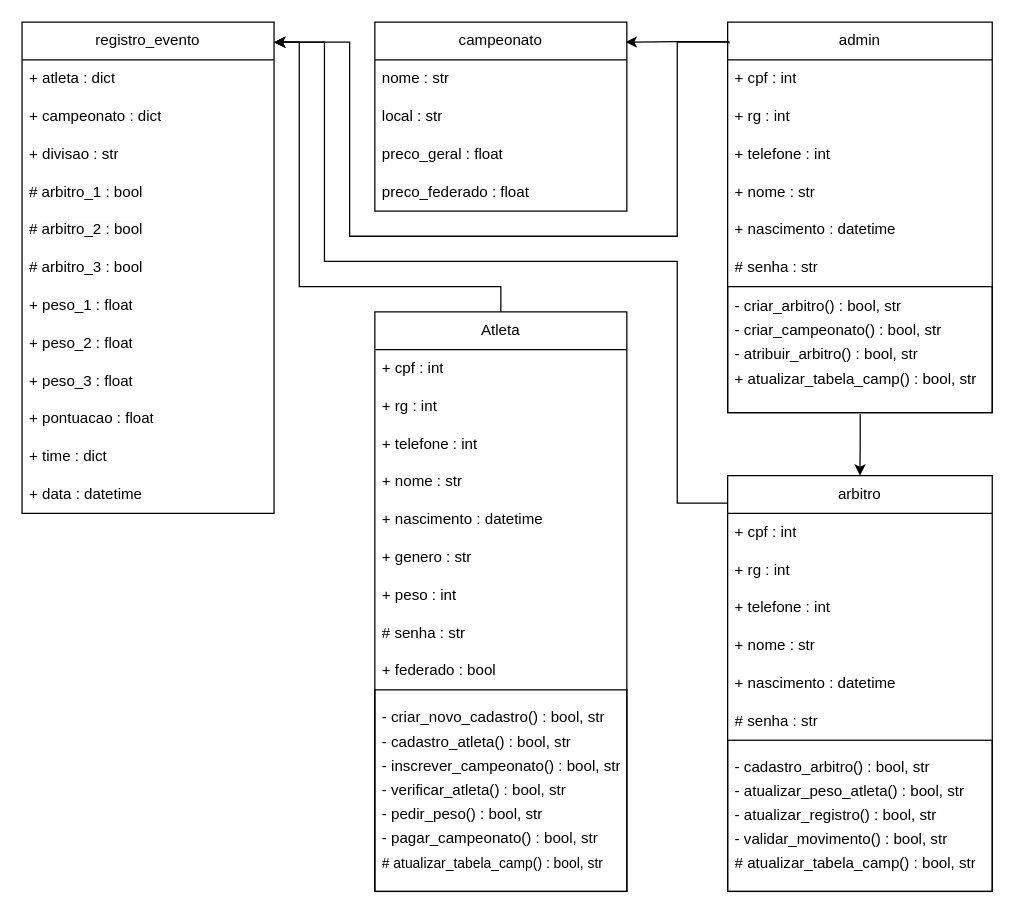
This is diagrama_de_classe.drawio from pedro11065/PMS, a draw.io file, before an edit. Source tidied: cells renumbered, new cells numbered last; positions are measured from the earlier drawing's top-left corner, leaving out a move shared by most shapes. Both pictures are drawn from the tidied source at 126%, with x=0, y=0 at pixel (21, 21).
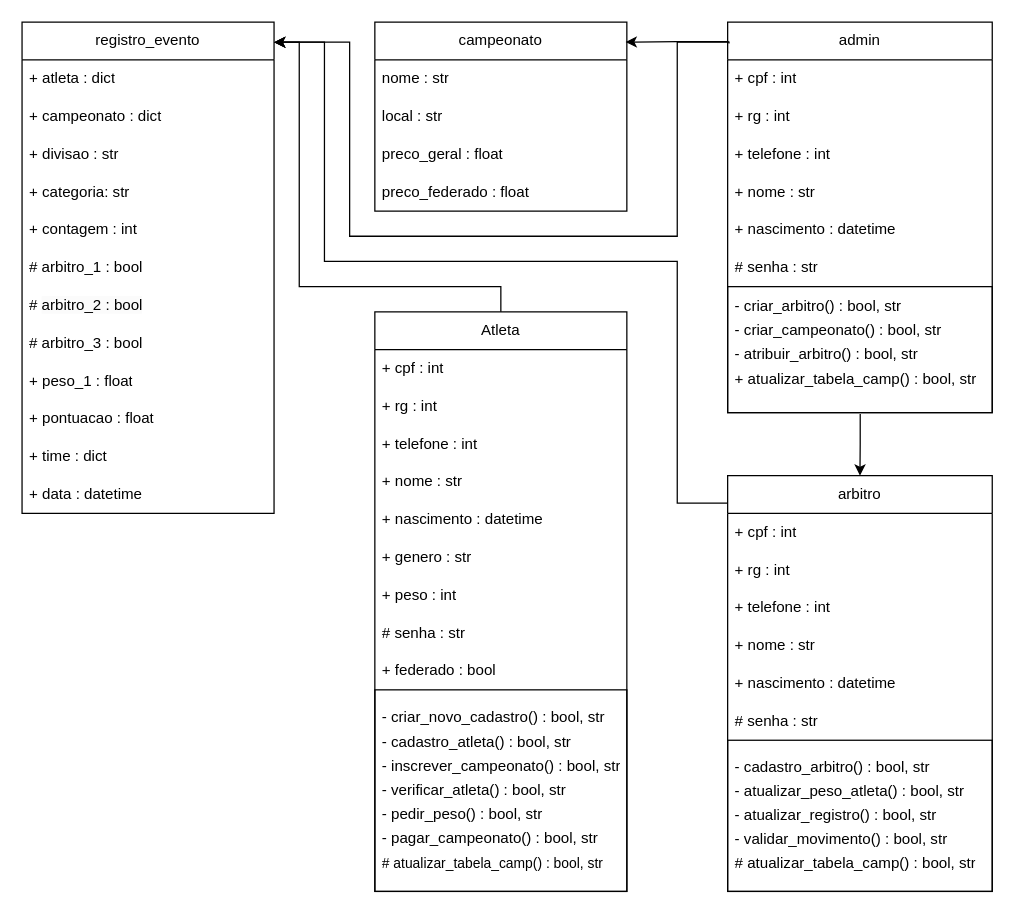
Above is the later version.

Unchanged cells that the change refers to:
```xml
<mxCell id="26" value="registro_evento" style="swimlane;fontStyle=0;horizontal=1;startSize=30;whiteSpace=wrap;html=1;" parent="1" vertex="1">
  <mxGeometry width="200" height="390" as="geometry" />
</mxCell>
```

What changed in the source:
```diff
@@
+    <mxCell id="35" value="+ categoria: str" style="text;strokeColor=none;fillColor=none;align=left;verticalAlign=middle;spacingLeft=4;spacingRight=4;overflow=hidden;whiteSpace=wrap;html=1;" parent="26" vertex="1">
+      <mxGeometry y="120" width="200" height="30" as="geometry" />
+    </mxCell>
+    <mxCell id="34" value="+ contagem : int" style="text;strokeColor=none;fillColor=none;align=left;verticalAlign=middle;spacingLeft=4;spacingRight=4;overflow=hidden;whiteSpace=wrap;html=1;" parent="26" vertex="1">
+      <mxGeometry y="150" width="200" height="30" as="geometry" />
+    </mxCell>
     <mxCell id="30" value="# arbitro_1 : bool" style="text;strokeColor=none;fillColor=none;align=left;verticalAlign=middle;spacingLeft=4;spacingRight=4;overflow=hidden;whiteSpace=wrap;html=1;" parent="26" vertex="1">
-      <mxGeometry y="120" width="200" height="30" as="geometry" />
+      <mxGeometry y="180" width="200" height="30" as="geometry" />
     </mxCell>
     <mxCell id="31" value="# &lt;span style=&quot;background-color: light-dark(rgb(251, 251, 251), rgb(21, 21, 21)); color: light-dark(rgb(0, 0, 0), rgb(237, 237, 237));&quot;&gt;arbitro_2 : bool&lt;/span&gt;" style="text;strokeColor=none;fillColor=none;align=left;verticalAlign=middle;spacingLeft=4;spacingRight=4;overflow=hidden;whiteSpace=wrap;html=1;" parent="26" vertex="1">
-      <mxGeometry y="150" width="200" height="30" as="geometry" />
+      <mxGeometry y="210" width="200" height="30" as="geometry" />
     </mxCell>
     <mxCell id="32" value="&lt;div&gt;# arbitro_3 : bool&lt;/div&gt;" style="text;strokeColor=none;fillColor=none;align=left;verticalAlign=middle;spacingLeft=4;spacingRight=4;overflow=hidden;whiteSpace=wrap;html=1;" parent="26" vertex="1">
-      <mxGeometry y="180" width="200" height="30" as="geometry" />
+      <mxGeometry y="240" width="200" height="30" as="geometry" />
     </mxCell>
     <mxCell id="33" value="&lt;div&gt;+ peso_1 : float&lt;/div&gt;" style="text;strokeColor=none;fillColor=none;align=left;verticalAlign=middle;spacingLeft=4;spacingRight=4;overflow=hidden;whiteSpace=wrap;html=1;" parent="26" vertex="1">
-      <mxGeometry y="210" width="200" height="30" as="geometry" />
+      <mxGeometry y="270" width="200" height="30" as="geometry" />
     </mxCell>
-    <mxCell id="34" value="+ peso_2 : float" style="text;strokeColor=none;fillColor=none;align=left;verticalAlign=middle;spacingLeft=4;spacingRight=4;overflow=hidden;whiteSpace=wrap;html=1;" parent="26" vertex="1">
-      <mxGeometry y="240" width="200" height="30" as="geometry" />
-    </mxCell>
-    <mxCell id="35" value="+ peso_3 : float" style="text;strokeColor=none;fillColor=none;align=left;verticalAlign=middle;spacingLeft=4;spacingRight=4;overflow=hidden;whiteSpace=wrap;html=1;" parent="26" vertex="1">
-      <mxGeometry y="270" width="200" height="30" as="geometry" />
-    </mxCell>
```
